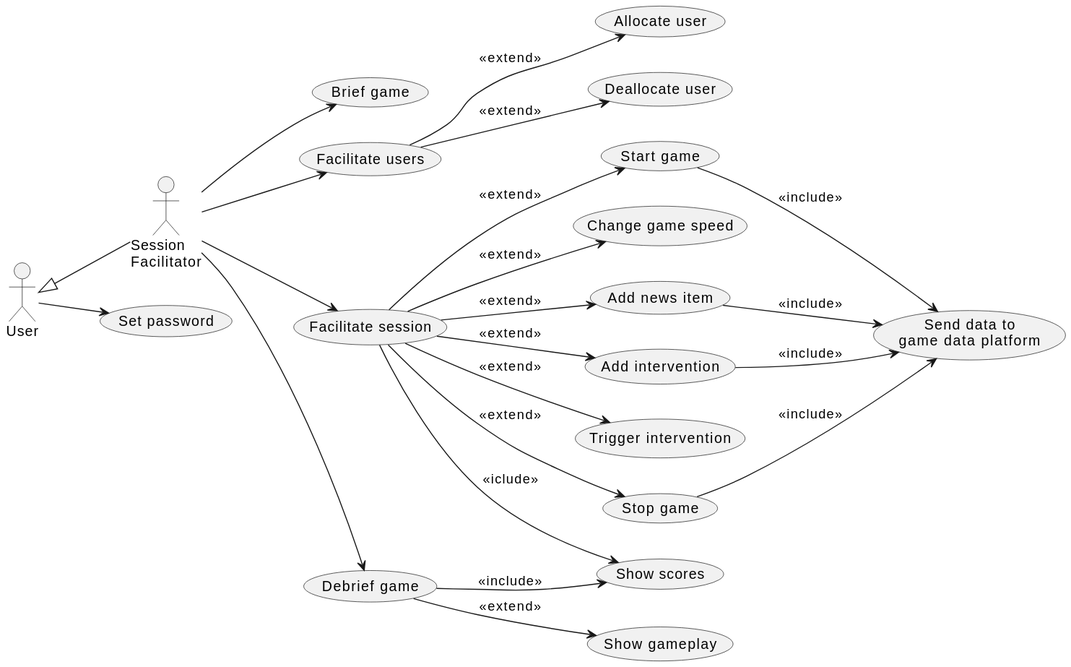
This is doc/1-use-cases/diagrams/session-facilitation.svg from averbraeck/gscg-design, a PlantUML export, as it was before one commit.
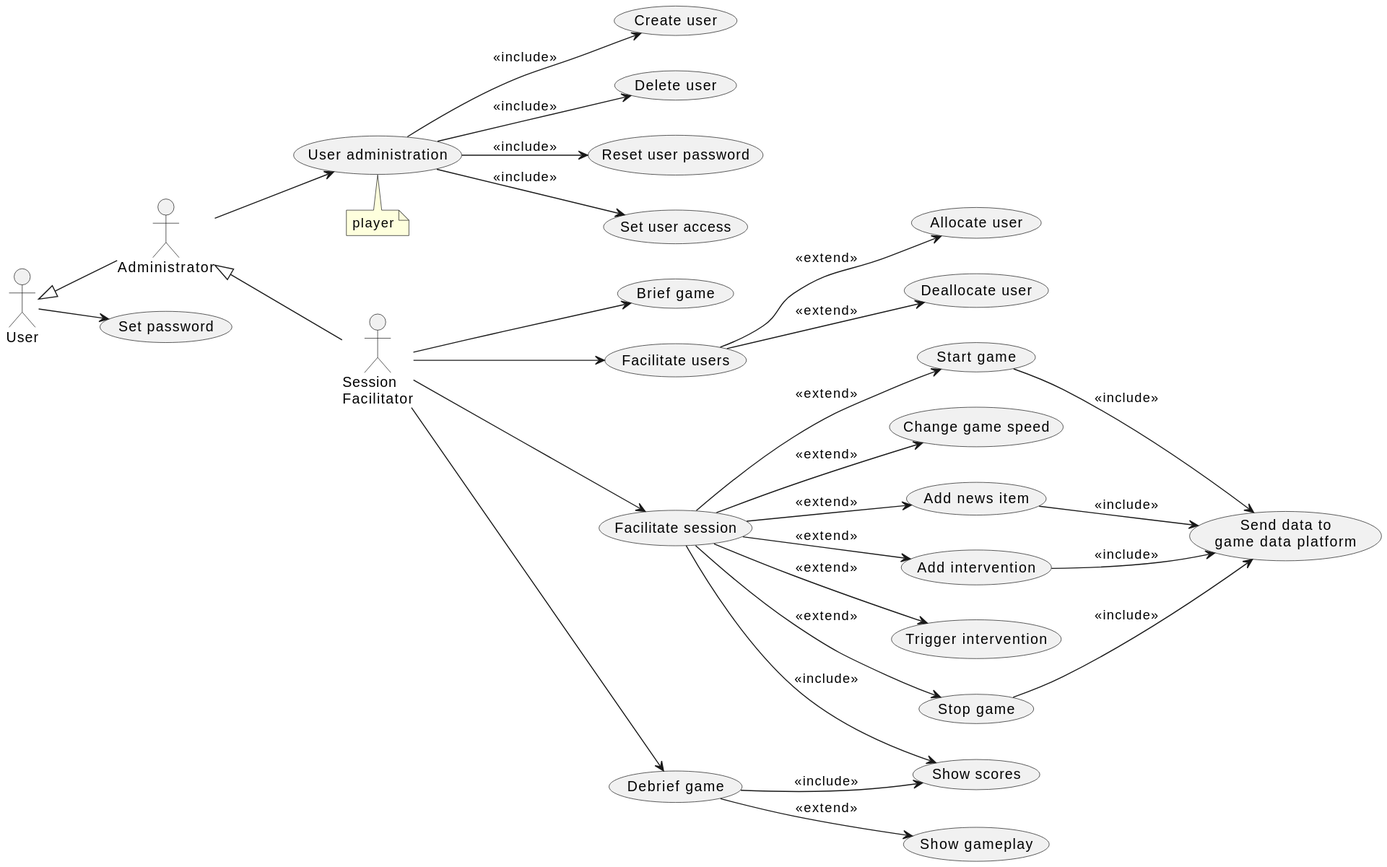
The same file after the commit.

What changed in the source:
```diff
@@ -2,9 +2,20 @@
 left to right direction
 
 "Session\nFacilitator" as SF
-User <|-- SF
+User <|-- Administrator
+Administrator <|-- SF
 
 User --> (Set password)
+
+Administrator --> (User administration)
+note bottom
+  player
+end note
+
+(User administration) --> (Create user) : << include >>
+(User administration) --> (Delete user) : << include >>
+(User administration) --> (Reset user password) : << include >>
+(User administration) --> (Set user access) : << include >>
 
 SF --> (Brief game)
 
@@ -19,7 +30,7 @@
 (Facilitate session) --> (Add intervention) : << extend >>
 (Facilitate session) --> (Trigger intervention) : << extend >>
 (Facilitate session) --> (Stop game) : << extend >>
-(Facilitate session) --> (Show scores) : << iclude >>
+(Facilitate session) --> (Show scores) : << include >>
 
 (Start game) --> (Send data to\ngame data platform) : << include >>
 (Add news item) --> (Send data to\ngame data platform) : << include >>
```
